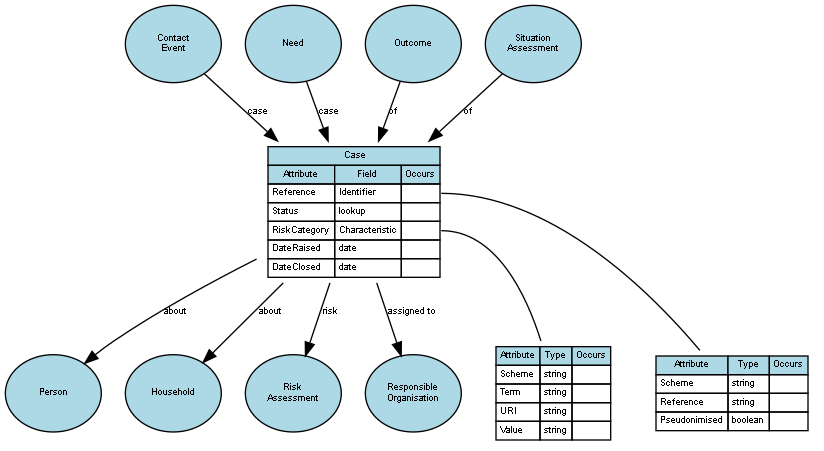
The Graphviz diagram graph_output/entity/Case.gv.png in PaulDav/ModelVisual, before a commit. Its source is kept beside it as graph_output/entity/Case.gv. Source of this version:
```dot
digraph {
	graph [overlap=false splines=true]
	node [black=black color=black fillcolor=lightblue fontname=Arial fontsize=7]
	edge [fontname=Arial fontsize=7 labelfontname=Arial labelfontsize=7 len=3.0]
	table_port22 [label=<<table border='0' cellborder='1' cellspacing='0'><tr><td bgcolor='lightblue'>Attribute</td><td bgcolor='lightblue'>Type</td><td bgcolor='lightblue'>Occurs</td></tr><tr><td align='left' balign='left' valign='top'>Scheme</td><td align='left' balign='left' valign='top'>string</td><td align='left' balign='left' valign='top'></td></tr><tr><td align='left' balign='left' valign='top'>Reference</td><td align='left' balign='left' valign='top'>string</td><td align='left' balign='left' valign='top'></td></tr><tr><td align='left' balign='left' valign='top'>Pseudonimised</td><td align='left' balign='left' valign='top'>boolean</td><td align='left' balign='left' valign='top'></td></tr></table>> shape=plaintext]
	Case:22 -> table_port22 [dir=none]
	table_port23 [label=<<table border='0' cellborder='1' cellspacing='0'><tr><td bgcolor='lightblue'>Attribute</td><td bgcolor='lightblue'>Type</td><td bgcolor='lightblue'>Occurs</td></tr><tr><td align='left' balign='left' valign='top'>Scheme</td><td align='left' balign='left' valign='top'>string</td><td align='left' balign='left' valign='top'></td></tr><tr><td align='left' balign='left' valign='top'>Term</td><td align='left' balign='left' valign='top'>string</td><td align='left' balign='left' valign='top'></td></tr><tr><td align='left' balign='left' valign='top'>URI</td><td align='left' balign='left' valign='top'>string</td><td align='left' balign='left' valign='top'></td></tr><tr><td align='left' balign='left' valign='top'>Value</td><td align='left' balign='left' valign='top'>string</td><td align='left' balign='left' valign='top'></td></tr></table>> shape=plaintext]
	Case:23 -> table_port23 [dir=none]
	Case [label=<<table border='0' cellborder='1' cellspacing='0'><tr><td colspan='3' bgcolor='lightblue'> Case</td></tr><tr><td bgcolor='lightblue'>Attribute</td><td bgcolor='lightblue'>Field</td><td bgcolor='lightblue'>Occurs</td></tr><tr><td align='left' balign='left' valign='top'>Reference</td><td align='left' balign='left' valign='top'>Identifier</td><td align='left' balign='left' valign='top' port='22'></td></tr><tr><td align='left' balign='left' valign='top'>Status</td><td align='left' balign='left' valign='top'>lookup</td><td align='left' balign='left' valign='top'></td></tr><tr><td align='left' balign='left' valign='top'>RiskCategory</td><td align='left' balign='left' valign='top'>Characteristic</td><td align='left' balign='left' valign='top' port='23'></td></tr><tr><td align='left' balign='left' valign='top'>DateRaised</td><td align='left' balign='left' valign='top'>date</td><td align='left' balign='left' valign='top'></td></tr><tr><td align='left' balign='left' valign='top'>DateClosed</td><td align='left' balign='left' valign='top'>date</td><td align='left' balign='left' valign='top'></td></tr></table>> URL="#Case" shape=plaintext]
	Concept_Person [label=Person URL="#Case" fixedsize=true height=0.8 style=filled width=1.0]
	Case -> Concept_Person [label=about]
	Concept_Household [label=Household URL="#Case" fixedsize=true height=0.8 style=filled width=1.0]
	Case -> Concept_Household [label=about]
	"Concept_Risk\nAssessment" [label="Risk\nAssessment" URL="#Case" fixedsize=true height=0.8 style=filled width=1.0]
	Case -> "Concept_Risk\nAssessment" [label=risk]
	"Concept_Responsible\nOrganisation" [label="Responsible\nOrganisation" URL="#Case" fixedsize=true height=0.8 style=filled width=1.0]
	Case -> "Concept_Responsible\nOrganisation" [label="assigned to"]
	"ConceptOf_Contact\nEvent" [label="Contact\nEvent" URL="#Case" fixedsize=true height=0.8 style=filled width=1.0]
	"ConceptOf_Contact\nEvent" -> Case [label=case]
	ConceptOf_Need [label=Need URL="#Case" fixedsize=true height=0.8 style=filled width=1.0]
	ConceptOf_Need -> Case [label=case]
	ConceptOf_Outcome [label=Outcome URL="#Case" fixedsize=true height=0.8 style=filled width=1.0]
	ConceptOf_Outcome -> Case [label=of]
	"ConceptOf_Situation\nAssessment" [label="Situation\nAssessment" URL="#Case" fixedsize=true height=0.8 style=filled width=1.0]
	"ConceptOf_Situation\nAssessment" -> Case [label=of]
}
```
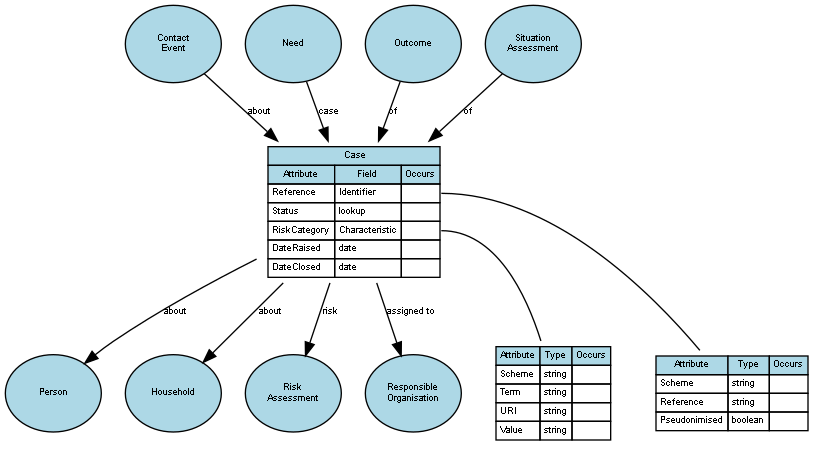
The same diagram one commit later.

What changed in the source:
```diff
@@ -2,11 +2,11 @@
 	graph [overlap=false splines=true]
 	node [black=black color=black fillcolor=lightblue fontname=Arial fontsize=7]
 	edge [fontname=Arial fontsize=7 labelfontname=Arial labelfontsize=7 len=3.0]
-	table_port22 [label=<<table border='0' cellborder='1' cellspacing='0'><tr><td bgcolor='lightblue'>Attribute</td><td bgcolor='lightblue'>Type</td><td bgcolor='lightblue'>Occurs</td></tr><tr><td align='left' balign='left' valign='top'>Scheme</td><td align='left' balign='left' valign='top'>string</td><td align='left' balign='left' valign='top'></td></tr><tr><td align='left' balign='left' valign='top'>Reference</td><td align='left' balign='left' valign='top'>string</td><td align='left' balign='left' valign='top'></td></tr><tr><td align='left' balign='left' valign='top'>Pseudonimised</td><td align='left' balign='left' valign='top'>boolean</td><td align='left' balign='left' valign='top'></td></tr></table>> shape=plaintext]
-	Case:22 -> table_port22 [dir=none]
-	table_port23 [label=<<table border='0' cellborder='1' cellspacing='0'><tr><td bgcolor='lightblue'>Attribute</td><td bgcolor='lightblue'>Type</td><td bgcolor='lightblue'>Occurs</td></tr><tr><td align='left' balign='left' valign='top'>Scheme</td><td align='left' balign='left' valign='top'>string</td><td align='left' balign='left' valign='top'></td></tr><tr><td align='left' balign='left' valign='top'>Term</td><td align='left' balign='left' valign='top'>string</td><td align='left' balign='left' valign='top'></td></tr><tr><td align='left' balign='left' valign='top'>URI</td><td align='left' balign='left' valign='top'>string</td><td align='left' balign='left' valign='top'></td></tr><tr><td align='left' balign='left' valign='top'>Value</td><td align='left' balign='left' valign='top'>string</td><td align='left' balign='left' valign='top'></td></tr></table>> shape=plaintext]
+	table_port23 [label=<<table border='0' cellborder='1' cellspacing='0'><tr><td bgcolor='lightblue'>Attribute</td><td bgcolor='lightblue'>Type</td><td bgcolor='lightblue'>Occurs</td></tr><tr><td align='left' balign='left' valign='top'>Scheme</td><td align='left' balign='left' valign='top'>string</td><td align='left' balign='left' valign='top'></td></tr><tr><td align='left' balign='left' valign='top'>Reference</td><td align='left' balign='left' valign='top'>string</td><td align='left' balign='left' valign='top'></td></tr><tr><td align='left' balign='left' valign='top'>Pseudonimised</td><td align='left' balign='left' valign='top'>boolean</td><td align='left' balign='left' valign='top'></td></tr></table>> shape=plaintext]
 	Case:23 -> table_port23 [dir=none]
-	Case [label=<<table border='0' cellborder='1' cellspacing='0'><tr><td colspan='3' bgcolor='lightblue'> Case</td></tr><tr><td bgcolor='lightblue'>Attribute</td><td bgcolor='lightblue'>Field</td><td bgcolor='lightblue'>Occurs</td></tr><tr><td align='left' balign='left' valign='top'>Reference</td><td align='left' balign='left' valign='top'>Identifier</td><td align='left' balign='left' valign='top' port='22'></td></tr><tr><td align='left' balign='left' valign='top'>Status</td><td align='left' balign='left' valign='top'>lookup</td><td align='left' balign='left' valign='top'></td></tr><tr><td align='left' balign='left' valign='top'>RiskCategory</td><td align='left' balign='left' valign='top'>Characteristic</td><td align='left' balign='left' valign='top' port='23'></td></tr><tr><td align='left' balign='left' valign='top'>DateRaised</td><td align='left' balign='left' valign='top'>date</td><td align='left' balign='left' valign='top'></td></tr><tr><td align='left' balign='left' valign='top'>DateClosed</td><td align='left' balign='left' valign='top'>date</td><td align='left' balign='left' valign='top'></td></tr></table>> URL="#Case" shape=plaintext]
+	table_port24 [label=<<table border='0' cellborder='1' cellspacing='0'><tr><td bgcolor='lightblue'>Attribute</td><td bgcolor='lightblue'>Type</td><td bgcolor='lightblue'>Occurs</td></tr><tr><td align='left' balign='left' valign='top'>Scheme</td><td align='left' balign='left' valign='top'>string</td><td align='left' balign='left' valign='top'></td></tr><tr><td align='left' balign='left' valign='top'>Term</td><td align='left' balign='left' valign='top'>string</td><td align='left' balign='left' valign='top'></td></tr><tr><td align='left' balign='left' valign='top'>URI</td><td align='left' balign='left' valign='top'>string</td><td align='left' balign='left' valign='top'></td></tr><tr><td align='left' balign='left' valign='top'>Value</td><td align='left' balign='left' valign='top'>string</td><td align='left' balign='left' valign='top'></td></tr></table>> shape=plaintext]
+	Case:24 -> table_port24 [dir=none]
+	Case [label=<<table border='0' cellborder='1' cellspacing='0'><tr><td colspan='3' bgcolor='lightblue'> Case</td></tr><tr><td bgcolor='lightblue'>Attribute</td><td bgcolor='lightblue'>Field</td><td bgcolor='lightblue'>Occurs</td></tr><tr><td align='left' balign='left' valign='top'>Reference</td><td align='left' balign='left' valign='top'>Identifier</td><td align='left' balign='left' valign='top' port='23'></td></tr><tr><td align='left' balign='left' valign='top'>Status</td><td align='left' balign='left' valign='top'>lookup</td><td align='left' balign='left' valign='top'></td></tr><tr><td align='left' balign='left' valign='top'>RiskCategory</td><td align='left' balign='left' valign='top'>Characteristic</td><td align='left' balign='left' valign='top' port='24'></td></tr><tr><td align='left' balign='left' valign='top'>DateRaised</td><td align='left' balign='left' valign='top'>date</td><td align='left' balign='left' valign='top'></td></tr><tr><td align='left' balign='left' valign='top'>DateClosed</td><td align='left' balign='left' valign='top'>date</td><td align='left' balign='left' valign='top'></td></tr></table>> URL="#Case" shape=plaintext]
 	Concept_Person [label=Person URL="#Case" fixedsize=true height=0.8 style=filled width=1.0]
 	Case -> Concept_Person [label=about]
 	Concept_Household [label=Household URL="#Case" fixedsize=true height=0.8 style=filled width=1.0]
@@ -16,7 +16,7 @@
 	"Concept_Responsible\nOrganisation" [label="Responsible\nOrganisation" URL="#Case" fixedsize=true height=0.8 style=filled width=1.0]
 	Case -> "Concept_Responsible\nOrganisation" [label="assigned to"]
 	"ConceptOf_Contact\nEvent" [label="Contact\nEvent" URL="#Case" fixedsize=true height=0.8 style=filled width=1.0]
-	"ConceptOf_Contact\nEvent" -> Case [label=case]
+	"ConceptOf_Contact\nEvent" -> Case [label=about]
 	ConceptOf_Need [label=Need URL="#Case" fixedsize=true height=0.8 style=filled width=1.0]
 	ConceptOf_Need -> Case [label=case]
 	ConceptOf_Outcome [label=Outcome URL="#Case" fixedsize=true height=0.8 style=filled width=1.0]
```
